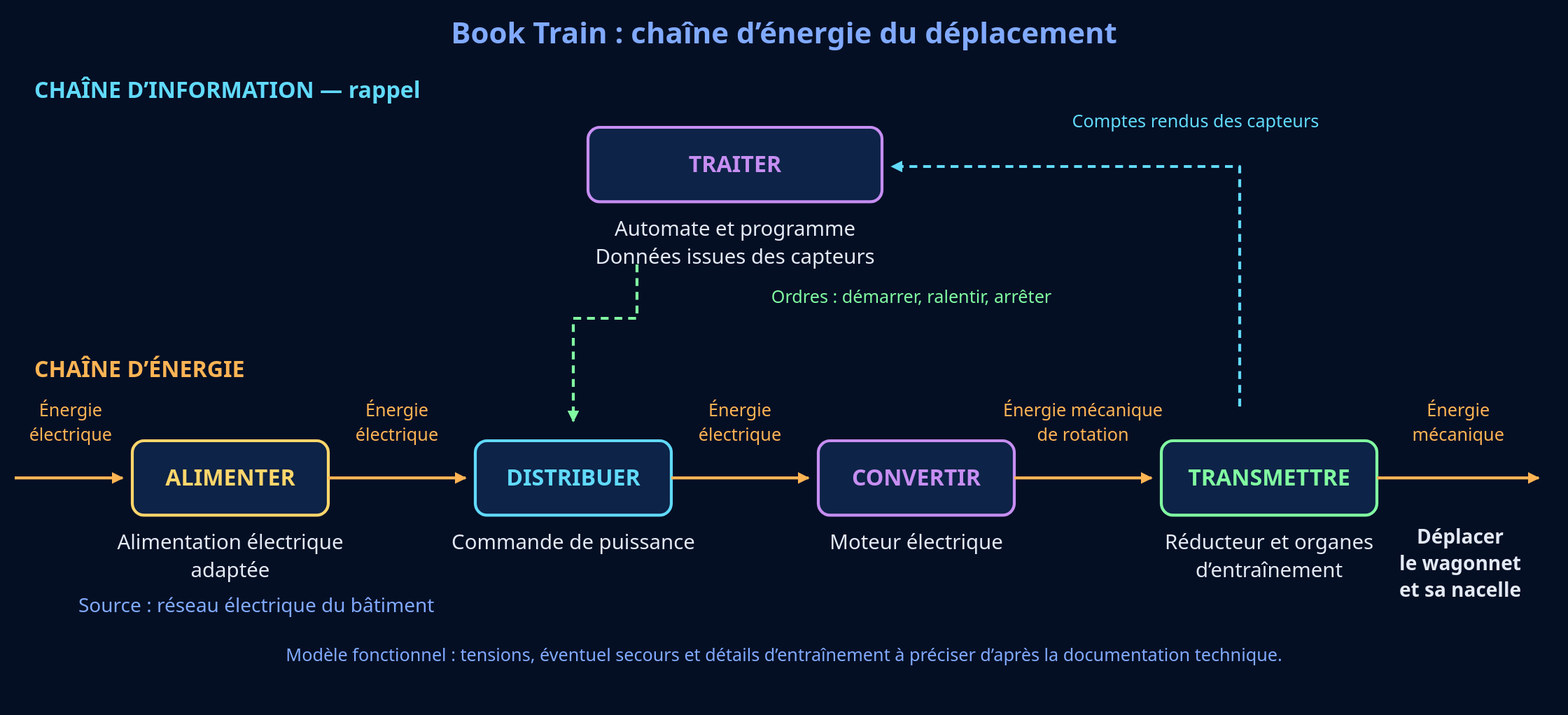
This is theme-2-structure-fonctionnement-comportement/C4-decrire-et-caracteriser-lorganisation/4e/4e_C4.1_book-train/fichiers_drawio/chaine_energie_book-train.svg from PLL-process/en-ligne-pour-le-cycle-4, a draw.io export, as it was before one commit. Source tidied: cells renumbered, new cells last; positions are measured from the earlier drawing's top-left corner, leaving out a move shared by most shapes.
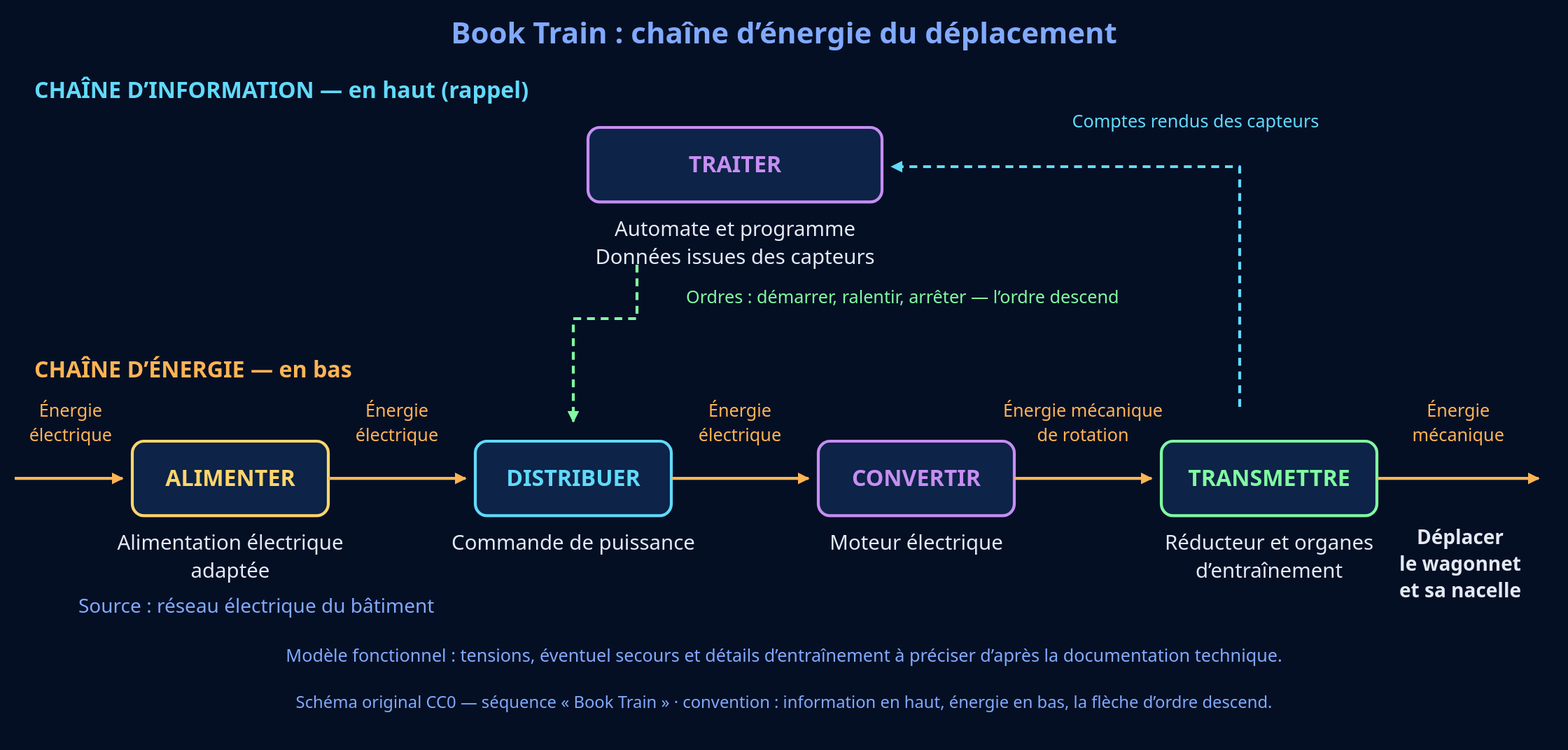
After the change.

What changed in the source:
```diff
@@ -5,8 +5,8 @@
     <mxCell id="2" value="Book Train : chaîne d’énergie du déplacement" style="text;html=0;whiteSpace=wrap;align=center;verticalAlign=middle;fontFamily=Arial;fontColor=#81aaff;fontSize=30;fontStyle=1;" parent="1" vertex="1">
       <mxGeometry x="397.2" width="777.6" height="37" as="geometry" />
     </mxCell>
-    <mxCell id="3" value="CHAÎNE D’INFORMATION — rappel" style="text;html=0;whiteSpace=wrap;align=left;verticalAlign=middle;fontFamily=Arial;fontColor=#61dafb;fontSize=23;fontStyle=1;" parent="1" vertex="1">
-      <mxGeometry x="21" y="63" width="398.9" height="30" as="geometry" />
+    <mxCell id="3" value="CHAÎNE D’INFORMATION — en haut (rappel)" style="text;html=0;whiteSpace=wrap;align=left;verticalAlign=middle;fontFamily=Arial;fontColor=#61dafb;fontSize=23;fontStyle=1;" parent="1" vertex="1">
+      <mxGeometry x="21" y="63" width="532.3" height="30" as="geometry" />
     </mxCell>
     <mxCell id="4" value="TRAITER" style="rounded=1;arcSize=16;html=0;whiteSpace=wrap;fillColor=#0d2347;strokeColor=#c68ef2;strokeWidth=3;fontColor=#c68ef2;fontSize=23;fontStyle=1;fontFamily=Arial;" parent="1" vertex="1">
       <mxGeometry x="586" y="116" width="300" height="76" as="geometry" />
@@ -24,8 +24,8 @@
         </Array>
       </mxGeometry>
     </mxCell>
-    <mxCell id="7" value="Ordres : démarrer, ralentir, arrêter" style="text;html=0;whiteSpace=wrap;align=center;verticalAlign=middle;fontFamily=Arial;fontColor=#81fba1;fontSize=18;fontStyle=0;" parent="1" vertex="1">
-      <mxGeometry x="722.1" y="277" width="387.8" height="25" as="geometry" />
+    <mxCell id="7" value="Ordres : démarrer, ralentir, arrêter — l’ordre descend" style="text;html=0;whiteSpace=wrap;align=left;verticalAlign=middle;fontFamily=Arial;fontColor=#81fba1;fontSize=18;fontStyle=0;" parent="1" vertex="1">
+      <mxGeometry x="686" y="277" width="575.8" height="25" as="geometry" />
     </mxCell>
     <mxCell id="8" style="edgeStyle=none;html=0;strokeColor=#61dafb;strokeWidth=3;endArrow=block;endFill=1;startArrow=none;dashed=1;" parent="1" edge="1">
       <mxGeometry relative="1" as="geometry">
@@ -39,8 +39,8 @@
     <mxCell id="9" value="Comptes rendus des capteurs" style="text;html=0;whiteSpace=wrap;align=center;verticalAlign=middle;fontFamily=Arial;fontColor=#61dafb;fontSize=18;fontStyle=0;" parent="1" vertex="1">
       <mxGeometry x="1059.1" y="98" width="293.9" height="25" as="geometry" />
     </mxCell>
-    <mxCell id="10" value="CHAÎNE D’ÉNERGIE" style="text;html=0;whiteSpace=wrap;align=left;verticalAlign=middle;fontFamily=Arial;fontColor=#ffb454;fontSize=23;fontStyle=1;" parent="1" vertex="1">
-      <mxGeometry x="21" y="348" width="225.4" height="30" as="geometry" />
+    <mxCell id="10" value="CHAÎNE D’ÉNERGIE — en bas" style="text;html=0;whiteSpace=wrap;align=left;verticalAlign=middle;fontFamily=Arial;fontColor=#ffb454;fontSize=23;fontStyle=1;" parent="1" vertex="1">
+      <mxGeometry x="21" y="348" width="345.5" height="30" as="geometry" />
     </mxCell>
     <mxCell id="11" value="ALIMENTER" style="rounded=1;arcSize=16;html=0;whiteSpace=wrap;fillColor=#0d2347;strokeColor=#ffd66b;strokeWidth=3;fontColor=#ffd66b;fontSize=23;fontStyle=1;fontFamily=Arial;" parent="1" vertex="1">
       <mxGeometry x="121" y="436" width="200" height="76" as="geometry" />
@@ -120,5 +120,8 @@
     <mxCell id="31" value="Modèle fonctionnel : tensions, éventuel secours et détails d’entraînement à préciser d’après la documentation technique." style="text;html=0;whiteSpace=wrap;align=center;verticalAlign=middle;fontFamily=Arial;fontColor=#81aaff;fontSize=18;fontStyle=0;" parent="1" vertex="1">
       <mxGeometry x="153.6" y="643" width="1264.8" height="25" as="geometry" />
     </mxCell>
+    <mxCell id="32" value="Schéma original CC0 — séquence « Book Train » · convention : information en haut, énergie en bas, la flèche d’ordre descend." style="text;html=0;whiteSpace=wrap;align=center;verticalAlign=middle;fontFamily=Arial;fontColor=#81aaff;fontSize=17;fontStyle=0;" parent="1" vertex="1">
+      <mxGeometry x="168.7" y="691" width="1234.6" height="24" as="geometry" />
+    </mxCell>
   </root>
 </mxGraphModel>
```
